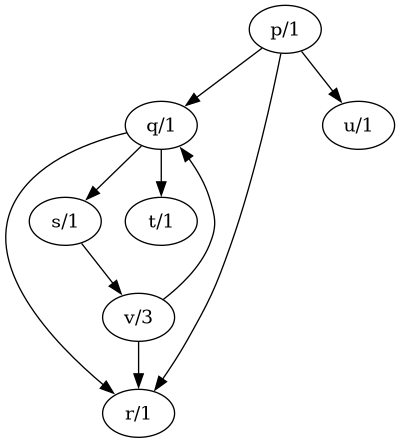
Before: files/graph.png, a diagram exported from Graphviz (Eurico-M/pl26). Its source is kept beside it as files/graph.dot.
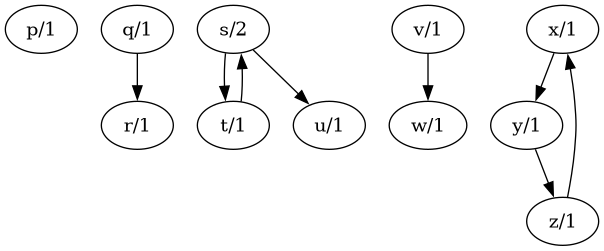
The same file after the commit.

Change to the diagram source:
```diff
@@ -1,17 +1,18 @@
 digraph Calls {
   "p/1";
   "q/1";
-  "r/1";
-  "s/1";
-  "u/1";
-  "v/3";
-  "p/1" -> "q/1";
-  "p/1" -> "r/1";
-  "p/1" -> "u/1";
+  "s/2";
+  "t/1";
+  "v/1";
+  "x/1";
+  "y/1";
+  "z/1";
   "q/1" -> "r/1";
-  "q/1" -> "s/1";
-  "q/1" -> "t/1";
-  "s/1" -> "v/3";
-  "v/3" -> "r/1";
-  "v/3" -> "q/1";
+  "s/2" -> "t/1";
+  "s/2" -> "u/1";
+  "t/1" -> "s/2";
+  "v/1" -> "w/1";
+  "x/1" -> "y/1";
+  "y/1" -> "z/1";
+  "z/1" -> "x/1";
 }
```
